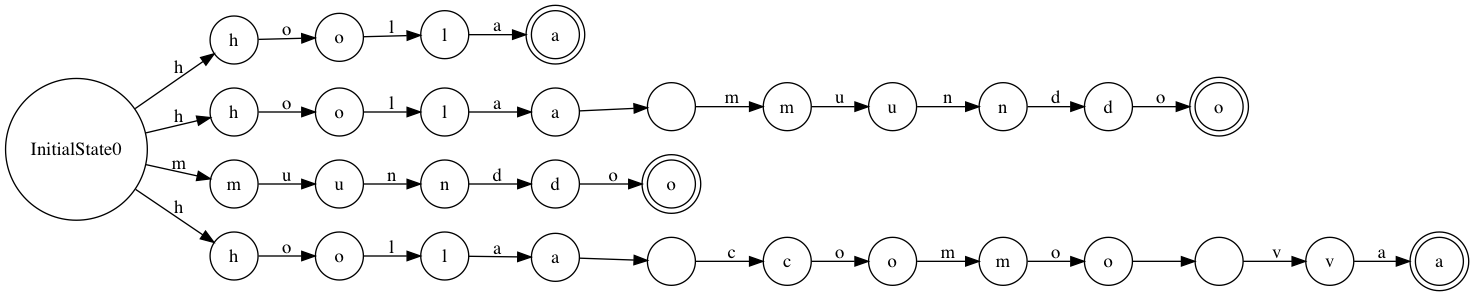
The Graphviz diagram nfa.png in NicolasMoreno/MateDiscreta, before a commit. Its source is kept beside it as nfa.dot.
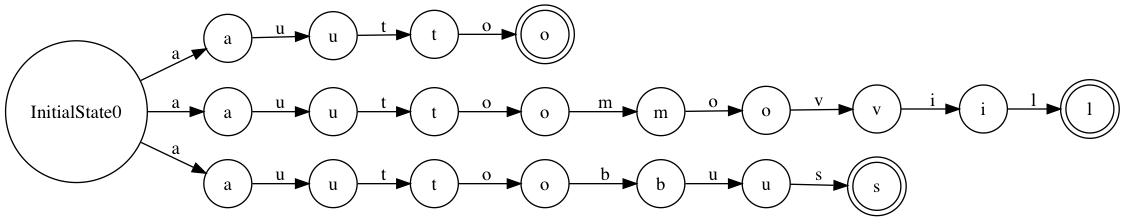
Later version of the same file.

Change to the diagram source:
```diff
@@ -1,66 +1,44 @@
 digraph {
 	 rankdir = "LR";
 	 node [shape=circle] InitialState0;
-	 node [shape=circle] h0 [label ="h"];
-	 InitialState0 -> h0[label="h"];
-	 node [shape=circle] o0 [label ="o"];
-	 h0 -> o0[label="o"];
-	 node [shape=circle] l0 [label ="l"];
-	 o0 -> l0[label="l"];
-	 node [shape= doublecircle] a0 [label ="a"];
-	 l0 -> a0[label="a"];
-	 node [shape=circle] h1 [label ="h"];
-	 InitialState0 -> h1[label="h"];
+	 node [shape=circle] a0 [label ="a"];
+	 InitialState0 -> a0[label="a"];
+	 node [shape=circle] u0 [label ="u"];
+	 a0 -> u0[label="u"];
+	 node [shape=circle] t0 [label ="t"];
+	 u0 -> t0[label="t"];
+	 node [shape= doublecircle] o0 [label ="o"];
+	 t0 -> o0[label="o"];
+	 node [shape=circle] a1 [label ="a"];
+	 InitialState0 -> a1[label="a"];
+	 node [shape=circle] u1 [label ="u"];
+	 a1 -> u1[label="u"];
+	 node [shape=circle] t1 [label ="t"];
+	 u1 -> t1[label="t"];
 	 node [shape=circle] o1 [label ="o"];
-	 h1 -> o1[label="o"];
-	 node [shape=circle] l1 [label ="l"];
-	 o1 -> l1[label="l"];
-	 node [shape=circle] a1 [label ="a"];
-	 l1 -> a1[label="a"];
-	 node [shape=circle] _0 [label =" "];
-	 a1 -> _0[label=" "];
+	 t1 -> o1[label="o"];
 	 node [shape=circle] m0 [label ="m"];
-	 _0 -> m0[label="m"];
-	 node [shape=circle] u0 [label ="u"];
-	 m0 -> u0[label="u"];
-	 node [shape=circle] n0 [label ="n"];
-	 u0 -> n0[label="n"];
-	 node [shape=circle] d0 [label ="d"];
-	 n0 -> d0[label="d"];
-	 node [shape= doublecircle] o2 [label ="o"];
-	 d0 -> o2[label="o"];
-	 node [shape=circle] m1 [label ="m"];
-	 InitialState0 -> m1[label="m"];
-	 node [shape=circle] u1 [label ="u"];
-	 m1 -> u1[label="u"];
-	 node [shape=circle] n1 [label ="n"];
-	 u1 -> n1[label="n"];
-	 node [shape=circle] d1 [label ="d"];
-	 n1 -> d1[label="d"];
-	 node [shape= doublecircle] o3 [label ="o"];
-	 d1 -> o3[label="o"];
-	 node [shape=circle] h2 [label ="h"];
-	 InitialState0 -> h2[label="h"];
-	 node [shape=circle] o4 [label ="o"];
-	 h2 -> o4[label="o"];
-	 node [shape=circle] l2 [label ="l"];
-	 o4 -> l2[label="l"];
+	 o1 -> m0[label="m"];
+	 node [shape=circle] o2 [label ="o"];
+	 m0 -> o2[label="o"];
+	 node [shape=circle] v0 [label ="v"];
+	 o2 -> v0[label="v"];
+	 node [shape=circle] i0 [label ="i"];
+	 v0 -> i0[label="i"];
+	 node [shape= doublecircle] l0 [label ="l"];
+	 i0 -> l0[label="l"];
 	 node [shape=circle] a2 [label ="a"];
-	 l2 -> a2[label="a"];
-	 node [shape=circle] _1 [label =" "];
-	 a2 -> _1[label=" "];
-	 node [shape=circle] c0 [label ="c"];
-	 _1 -> c0[label="c"];
-	 node [shape=circle] o5 [label ="o"];
-	 c0 -> o5[label="o"];
-	 node [shape=circle] m2 [label ="m"];
-	 o5 -> m2[label="m"];
-	 node [shape=circle] o6 [label ="o"];
-	 m2 -> o6[label="o"];
-	 node [shape=circle] _2 [label =" "];
-	 o6 -> _2[label=" "];
-	 node [shape=circle] v0 [label ="v"];
-	 _2 -> v0[label="v"];
-	 node [shape= doublecircle] a3 [label ="a"];
-	 v0 -> a3[label="a"];
+	 InitialState0 -> a2[label="a"];
+	 node [shape=circle] u2 [label ="u"];
+	 a2 -> u2[label="u"];
+	 node [shape=circle] t2 [label ="t"];
+	 u2 -> t2[label="t"];
+	 node [shape=circle] o3 [label ="o"];
+	 t2 -> o3[label="o"];
+	 node [shape=circle] b0 [label ="b"];
+	 o3 -> b0[label="b"];
+	 node [shape=circle] u3 [label ="u"];
+	 b0 -> u3[label="u"];
+	 node [shape= doublecircle] s0 [label ="s"];
+	 u3 -> s0[label="s"];
 }
```
